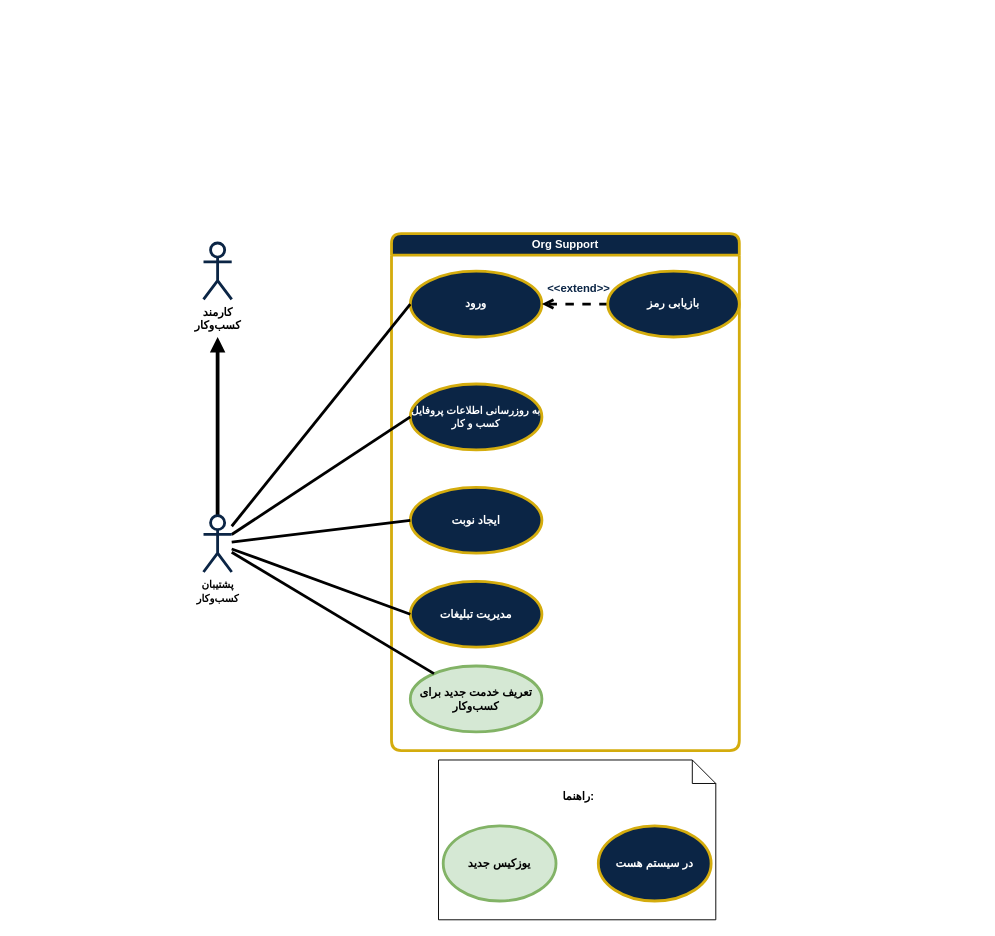
The draw.io diagram Documentation/Analysis/Modeling/Functional Models/Org Support/org support use case diagram.drawio in TnT74K/Project-SAD, before the edit. Source tidied: cells renumbered, new cells numbered last; positions are measured from the earlier drawing's top-left corner, leaving out a move shared by most shapes. Both pictures are drawn from the tidied source at 94%, with x=0, y=0 at pixel (203, 233).
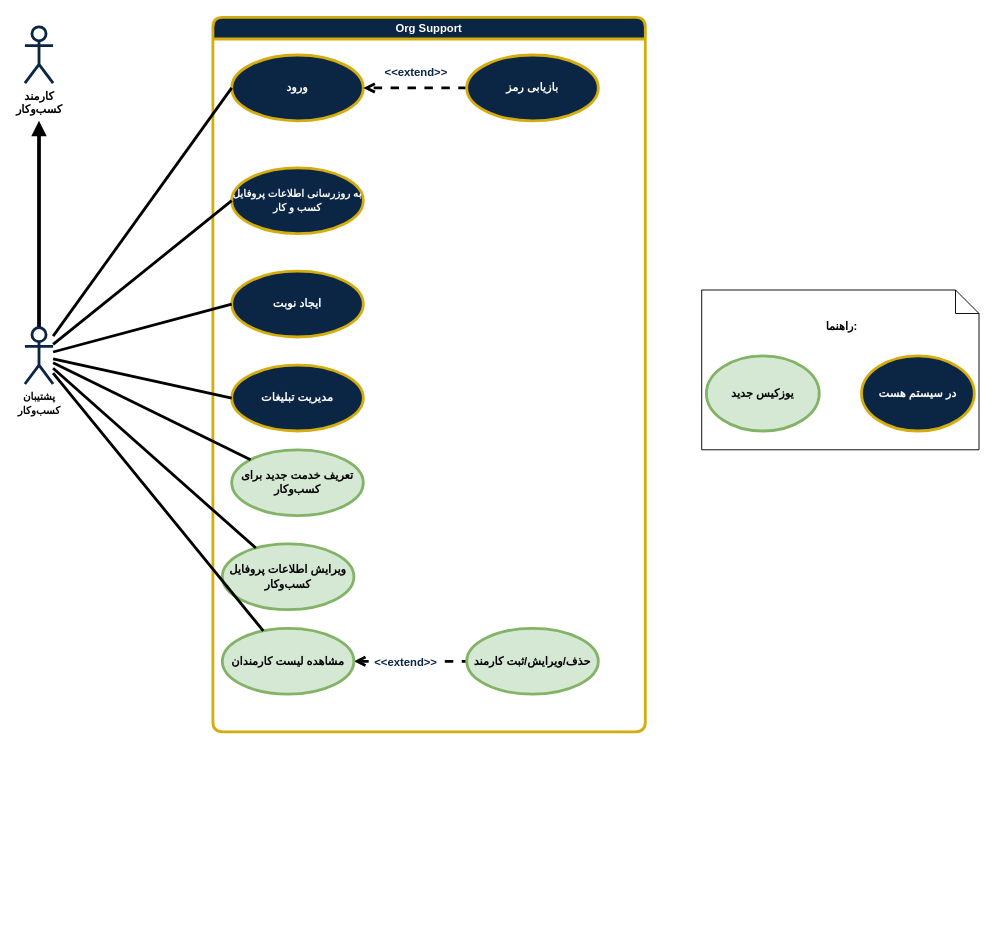
The same page after the edit.

What changed in the source:
```diff
@@
     <mxCell id="2" value="Org Support" style="swimlane;whiteSpace=wrap;html=1;strokeColor=light-dark(#D4AC0D,#D4AC0D);strokeWidth=3;align=center;verticalAlign=middle;fontFamily=zain;fontSize=12;fontColor=light-dark(#FFFFFF,#FFFFFF);fontStyle=1;labelBackgroundColor=none;fillColor=light-dark(#0B2545,#0B2545);rounded=1;" parent="1" vertex="1">
-      <mxGeometry x="200" width="370" height="550" as="geometry" />
+      <mxGeometry x="10" y="-230" width="460" height="760" as="geometry" />
     </mxCell>
@@
     <mxCell id="9" value="بازیابی رمز" style="ellipse;whiteSpace=wrap;html=1;fontFamily=zain;fillColor=light-dark(#0B2545,#0B2545);strokeColor=light-dark(#D4AC0D,#D4AC0D);strokeWidth=3;fontSize=12;fontColor=light-dark(#FFFFFF,#FFFFFF);fontStyle=1;align=center;verticalAlign=middle;labelBackgroundColor=none;" parent="2" vertex="1">
-      <mxGeometry x="230" y="40" width="140" height="70" as="geometry" />
+      <mxGeometry x="270" y="40" width="140" height="70" as="geometry" />
     </mxCell>
@@
+    <mxCell id="23" value="ویرایش اطلاعات پروفایل کسب‌وکار" style="ellipse;whiteSpace=wrap;html=1;fontFamily=zain;fillColor=#d5e8d4;strokeColor=#82b366;strokeWidth=3;fontSize=12;fontStyle=1;align=center;verticalAlign=middle;labelBackgroundColor=none;fontColor=default;" parent="2" vertex="1">
+      <mxGeometry x="10" y="560" width="140" height="70" as="geometry" />
+    </mxCell>
+    <mxCell id="24" style="edgeStyle=none;shape=connector;rounded=0;jettySize=auto;html=1;strokeColor=light-dark(#000000,#FFFFFF);strokeWidth=3;align=center;verticalAlign=middle;fontFamily=zain;fontSize=12;fontColor=default;fontStyle=1;labelBackgroundColor=default;endArrow=none;endFill=0;dashed=1;startArrow=open;startFill=0;" parent="2" edge="1" source="26" target="27">
+      <mxGeometry relative="1" as="geometry" />
+    </mxCell>
+    <mxCell id="25" value="&lt;span style=&quot;font-size: 12px;&quot;&gt;&amp;lt;&amp;lt;extend&amp;gt;&amp;gt;&lt;/span&gt;" style="edgeLabel;html=1;align=center;verticalAlign=middle;fontFamily=zain;fontSize=12;fontColor=light-dark(#0B2545,#C0D6E8);fontStyle=1;labelBackgroundColor=default;" parent="24" vertex="1">
+      <mxGeometry x="0.18" y="2" relative="1" as="geometry">
+        <mxPoint x="-17" y="2" as="offset" />
+      </mxGeometry>
+    </mxCell>
+    <mxCell id="26" value="مشاهده لیست کارمندان" style="ellipse;whiteSpace=wrap;html=1;fontFamily=zain;fillColor=#d5e8d4;strokeColor=#82b366;strokeWidth=3;fontSize=12;fontStyle=1;align=center;verticalAlign=middle;labelBackgroundColor=none;fontColor=default;" parent="2" vertex="1">
+      <mxGeometry x="10" y="650" width="140" height="70" as="geometry" />
+    </mxCell>
+    <mxCell id="27" value="حذف/ویرایش/ثبت کارمند" style="ellipse;whiteSpace=wrap;html=1;fontFamily=zain;fillColor=#d5e8d4;strokeColor=#82b366;strokeWidth=3;fontSize=12;fontStyle=1;align=center;verticalAlign=middle;labelBackgroundColor=none;fontColor=default;" parent="2" vertex="1">
+      <mxGeometry x="270" y="650" width="140" height="70" as="geometry" />
+    </mxCell>
     <mxCell id="11" style="edgeStyle=orthogonalEdgeStyle;rounded=0;jettySize=auto;html=1;strokeWidth=4;endArrow=block;endFill=1;" parent="1" edge="1" source="18">
       <mxGeometry relative="1" as="geometry">
-        <mxPoint x="15" y="110" as="targetPoint" />
+        <mxPoint x="-175" y="-120" as="targetPoint" />
       </mxGeometry>
     </mxCell>
@@
     <mxCell id="16" value="&lt;span style=&quot;color: rgb(0, 0, 0); white-space: normal;&quot;&gt;کارمند کسب‌وکار&lt;/span&gt;" style="shape=umlActor;verticalLabelPosition=bottom;verticalAlign=top;html=1;fontFamily=zain;strokeWidth=3;strokeColor=light-dark(#0B2545,#C0D6E8);align=center;fontSize=12;fontColor=light-dark(#0B2545,#C0D6E8);fillColor=default;fontStyle=1;labelBackgroundColor=default;" parent="1" vertex="1">
-      <mxGeometry y="10" width="30" height="60" as="geometry" />
+      <mxGeometry x="-190" y="-220" width="30" height="60" as="geometry" />
     </mxCell>
@@
+    <mxCell id="28" style="edgeStyle=none;shape=connector;rounded=0;jettySize=auto;html=1;strokeColor=default;strokeWidth=3;align=center;verticalAlign=middle;fontFamily=zain;fontSize=11;fontColor=light-dark(#FFFFFF,#FFFFFF);fontStyle=1;labelBackgroundColor=none;endArrow=none;endFill=0;" parent="1" edge="1" source="18" target="23">
+      <mxGeometry relative="1" as="geometry" />
+    </mxCell>
+    <mxCell id="29" style="edgeStyle=none;shape=connector;rounded=0;jettySize=auto;html=1;strokeColor=default;strokeWidth=3;align=center;verticalAlign=middle;fontFamily=zain;fontSize=11;fontColor=light-dark(#FFFFFF,#FFFFFF);fontStyle=1;labelBackgroundColor=none;endArrow=none;endFill=0;" parent="1" edge="1" source="18" target="26">
+      <mxGeometry relative="1" as="geometry" />
+    </mxCell>
     <mxCell id="18" value="&lt;span style=&quot;white-space: normal;&quot;&gt;&lt;font style=&quot;font-size: 11px;&quot;&gt;پشتیبان کسب‌وکار&lt;/font&gt;&lt;/span&gt;" style="shape=umlActor;verticalLabelPosition=bottom;verticalAlign=top;html=1;fontFamily=zain;strokeWidth=3;strokeColor=light-dark(#0B2545,#C0D6E8);align=center;fontSize=12;fontColor=default;fillColor=default;fontStyle=1;labelBackgroundColor=default;" parent="1" vertex="1">
-      <mxGeometry y="300" width="30" height="60" as="geometry" />
+      <mxGeometry x="-190" y="100" width="30" height="60" as="geometry" />
     </mxCell>
     <mxCell id="19" style="group;" parent="1" vertex="1">
-      <mxGeometry x="250" y="560" width="295" height="170" as="geometry" />
+      <mxGeometry x="530" y="60" width="295" height="170" as="geometry" />
     </mxCell>
@@
+    <mxCell id="30" style="edgeLabel;html=1;align=center;verticalAlign=middle;strokeColor=light-dark(#0B2545,#C0D6E8);fontFamily=zain;fontSize=12;fontColor=light-dark(#0B2545,#C0D6E8);rounded=0;dashed=1;strokeWidth=3;labelBackgroundColor=default;fillColor=none;gradientColor=none;fontStyle=1;" parent="1" vertex="1">
+      <mxGeometry x="490" y="450" as="geometry" />
+    </mxCell>
```
